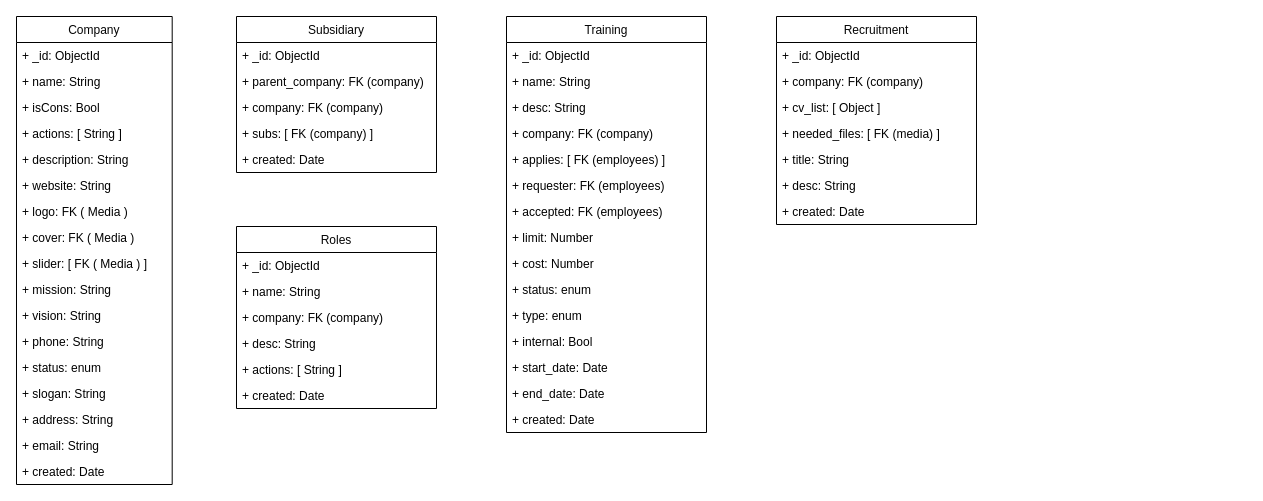
Before: page "tables" (2 of 2) of hrx.drawio in dashka0212/drawio, a draw.io diagram. Source tidied: cells renumbered, new cells numbered last; positions are measured from the earlier drawing's top-left corner, leaving out a move shared by most shapes. Both pictures are drawn from the tidied source at 100%, with x=0, y=0 at pixel (16, 16).
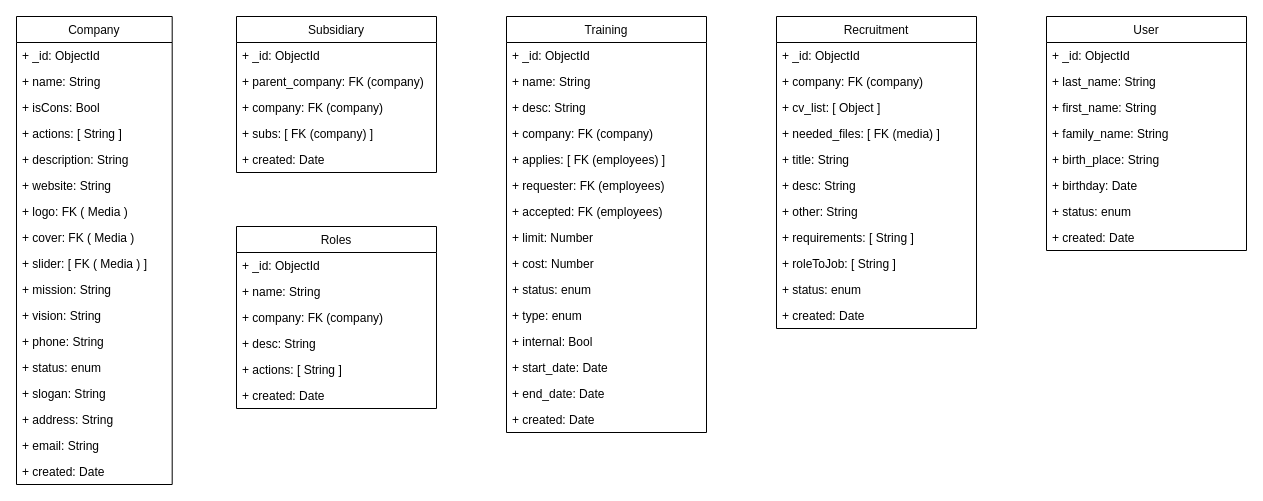
The same page after the edit.

What changed in the source:
```diff
@@
     <mxCell id="49" value="Recruitment" style="swimlane;fontStyle=0;horizontal=1;startSize=26;fillColor=#FFFFFF;fontColor=#050505;" parent="1" vertex="1">
-      <mxGeometry x="760" width="200" height="208" as="geometry" />
+      <mxGeometry x="760" width="200" height="312" as="geometry" />
     </mxCell>
@@
+    <mxCell id="57" value="+ other: String" style="text;strokeColor=none;fillColor=none;align=left;verticalAlign=top;spacingLeft=4;spacingRight=4;overflow=hidden;" parent="49" vertex="1">
+      <mxGeometry y="182" width="200" height="26" as="geometry" />
+    </mxCell>
+    <mxCell id="58" value="+ requirements: [ String ]" style="text;strokeColor=none;fillColor=none;align=left;verticalAlign=top;spacingLeft=4;spacingRight=4;overflow=hidden;" parent="49" vertex="1">
+      <mxGeometry y="208" width="200" height="26" as="geometry" />
+    </mxCell>
+    <mxCell id="59" value="+ roleToJob: [ String ]" style="text;strokeColor=none;fillColor=none;align=left;verticalAlign=top;spacingLeft=4;spacingRight=4;overflow=hidden;" parent="49" vertex="1">
+      <mxGeometry y="234" width="200" height="26" as="geometry" />
+    </mxCell>
+    <mxCell id="60" value="+ status: enum" style="text;strokeColor=none;fillColor=none;align=left;verticalAlign=top;spacingLeft=4;spacingRight=4;overflow=hidden;" parent="49" vertex="1">
+      <mxGeometry y="260" width="200" height="26" as="geometry" />
+    </mxCell>
     <mxCell id="56" value="+ created: Date" style="text;strokeColor=none;fillColor=none;align=left;verticalAlign=top;spacingLeft=4;spacingRight=4;overflow=hidden;" parent="49" vertex="1">
-      <mxGeometry y="182" width="200" height="26" as="geometry" />
+      <mxGeometry y="286" width="200" height="26" as="geometry" />
     </mxCell>
+    <mxCell id="61" value="User" style="swimlane;fontStyle=0;horizontal=1;startSize=26;fillColor=#FFFFFF;fontColor=#050505;" parent="1" vertex="1">
+      <mxGeometry x="1030" width="200" height="234" as="geometry" />
+    </mxCell>
+    <mxCell id="62" value="+ _id: ObjectId" style="text;strokeColor=none;fillColor=none;align=left;verticalAlign=top;spacingLeft=4;spacingRight=4;overflow=hidden;" parent="61" vertex="1">
+      <mxGeometry y="26" width="200" height="26" as="geometry" />
+    </mxCell>
+    <mxCell id="63" value="+ last_name: String" style="text;strokeColor=none;fillColor=none;align=left;verticalAlign=top;spacingLeft=4;spacingRight=4;overflow=hidden;" parent="61" vertex="1">
+      <mxGeometry y="52" width="200" height="26" as="geometry" />
+    </mxCell>
+    <mxCell id="64" value="+ first_name: String" style="text;strokeColor=none;fillColor=none;align=left;verticalAlign=top;spacingLeft=4;spacingRight=4;overflow=hidden;" parent="61" vertex="1">
+      <mxGeometry y="78" width="200" height="26" as="geometry" />
+    </mxCell>
+    <mxCell id="65" value="+ family_name: String" style="text;strokeColor=none;fillColor=none;align=left;verticalAlign=top;spacingLeft=4;spacingRight=4;overflow=hidden;" parent="61" vertex="1">
+      <mxGeometry y="104" width="200" height="26" as="geometry" />
+    </mxCell>
+    <mxCell id="66" value="+ birth_place: String" style="text;strokeColor=none;fillColor=none;align=left;verticalAlign=top;spacingLeft=4;spacingRight=4;overflow=hidden;" parent="61" vertex="1">
+      <mxGeometry y="130" width="200" height="26" as="geometry" />
+    </mxCell>
+    <mxCell id="67" value="+ birthday: Date" style="text;strokeColor=none;fillColor=none;align=left;verticalAlign=top;spacingLeft=4;spacingRight=4;overflow=hidden;" parent="61" vertex="1">
+      <mxGeometry y="156" width="200" height="26" as="geometry" />
+    </mxCell>
+    <mxCell id="68" value="+ status: enum" style="text;strokeColor=none;fillColor=none;align=left;verticalAlign=top;spacingLeft=4;spacingRight=4;overflow=hidden;" parent="61" vertex="1">
+      <mxGeometry y="182" width="200" height="26" as="geometry" />
+    </mxCell>
+    <mxCell id="69" value="+ created: Date" style="text;strokeColor=none;fillColor=none;align=left;verticalAlign=top;spacingLeft=4;spacingRight=4;overflow=hidden;" parent="61" vertex="1">
+      <mxGeometry y="208" width="200" height="26" as="geometry" />
+    </mxCell>
```
